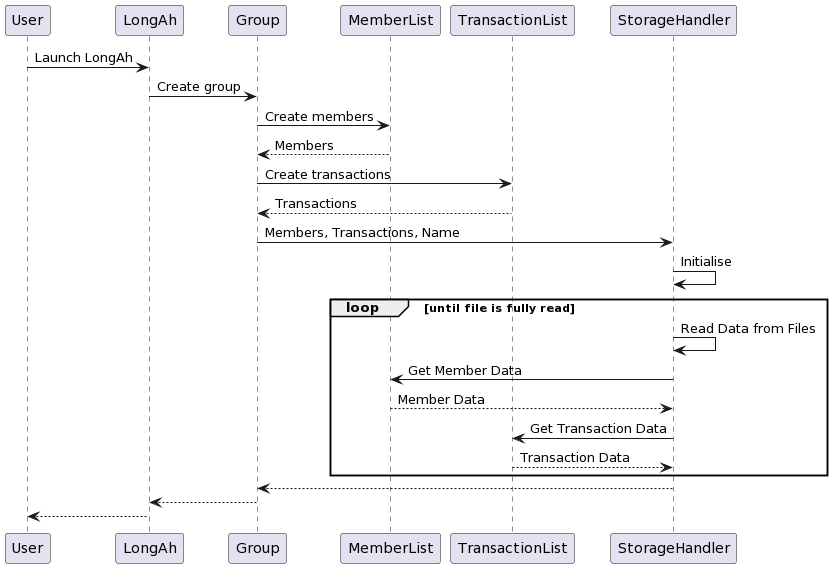
Above: docs/diagrams/StorageHandlerInitSequenceDiagram.png in jing-xiang/tp (PlantUML), before the change.
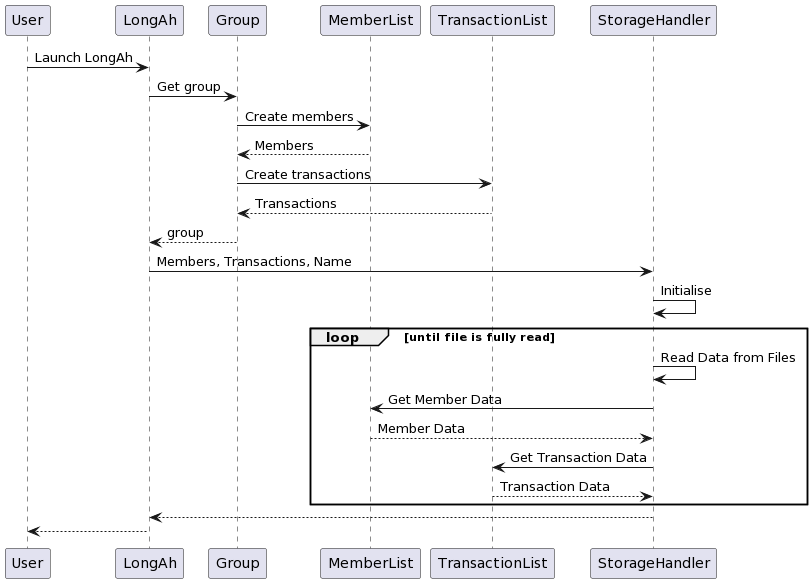
The same diagram one commit later.

Commit message:
Update DG for command execution and storage

What changed in the source:
```diff
@@ -7,12 +7,13 @@
 participant StorageHandler
 
 User -> LongAh: Launch LongAh
-LongAh -> Group: Create group
+LongAh -> Group: Get group
 Group -> MemberList: Create members
 MemberList --> Group: Members
 Group -> TransactionList: Create transactions
 TransactionList --> Group: Transactions
-Group -> StorageHandler: Members, Transactions, Name
+Group --> LongAh: group
+LongAh -> StorageHandler: Members, Transactions, Name
 StorageHandler -> StorageHandler: Initialise
 loop until file is fully read
 StorageHandler -> StorageHandler: Read Data from Files
@@ -21,7 +22,6 @@
 StorageHandler -> TransactionList: Get Transaction Data
 TransactionList --> StorageHandler : Transaction Data
 end
-StorageHandler --> Group
-Group --> LongAh
+StorageHandler --> LongAh
 LongAh --> User
 @enduml
```
